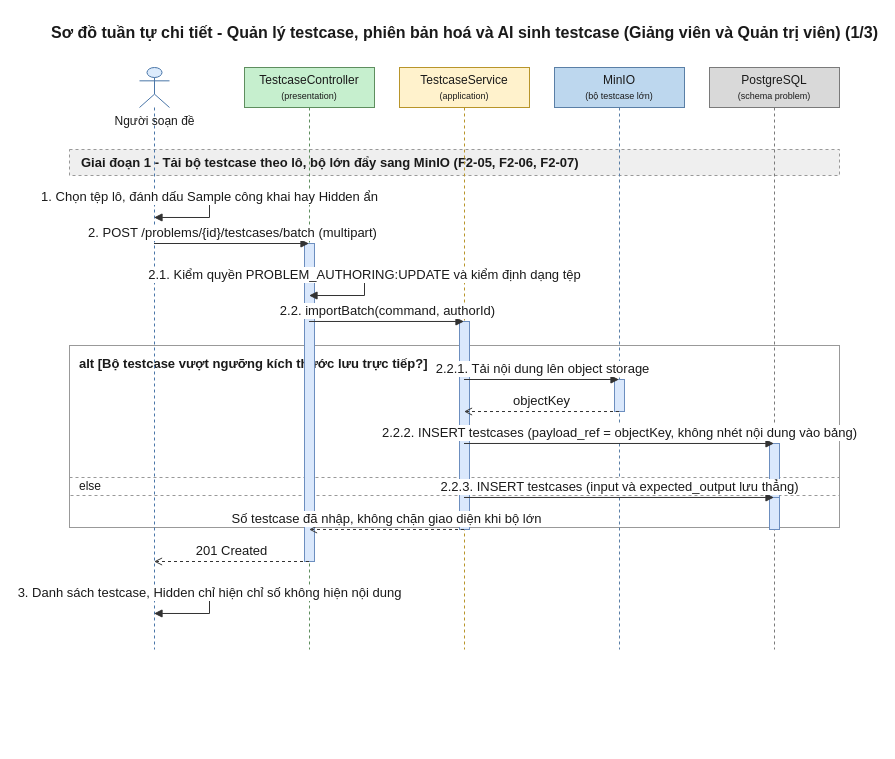
This is 08-diagram/sequence/shared/sequence_shared_quan_ly_testcase_p1.drawio from daiphu1801/PRJ_ALGOPREP, a draw.io file, before an edit. Source tidied: cells renumbered, new cells numbered last; positions are measured from the earlier drawing's top-left corner, leaving out a move shared by most shapes. Both pictures are drawn from the tidied source at 100%, with x=0, y=0 at pixel (69, 17).
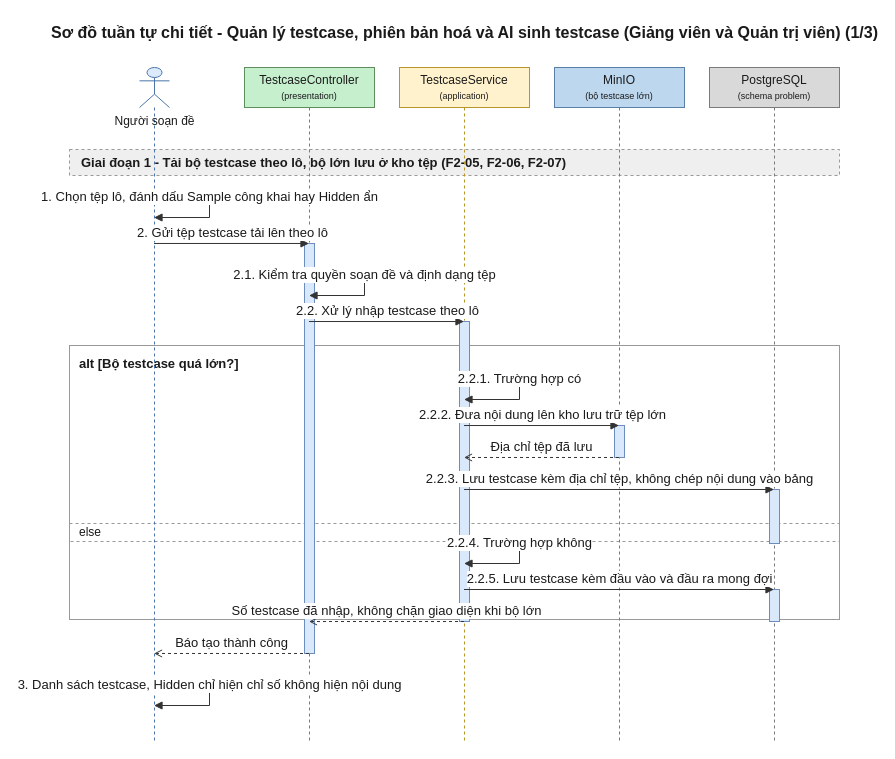
After the change.

Diff of the diagram source:
```diff
@@
-    <mxCell id="3" value="alt [Bộ testcase vượt ngưỡng kích thước lưu trực tiếp?]" style="algoprep=alt;rounded=0;whiteSpace=wrap;html=1;fillColor=none;strokeColor=#999999;verticalAlign=top;align=left;spacingLeft=8;spacingTop=4;fontColor=#1A1A1A;fontSize=13;fontStyle=1;dashed=0;" parent="1" vertex="1">
-      <mxGeometry y="328" width="770" height="182" as="geometry" />
+    <mxCell id="3" value="alt [Bộ testcase quá lớn?]" style="algoprep=alt;rounded=0;whiteSpace=wrap;html=1;fillColor=none;strokeColor=#999999;verticalAlign=top;align=left;spacingLeft=8;spacingTop=4;fontColor=#1A1A1A;fontSize=13;fontStyle=1;dashed=0;" parent="1" vertex="1">
+      <mxGeometry y="328" width="770" height="274" as="geometry" />
     </mxCell>
     <mxCell id="4" value="else" style="text;html=1;dashed=1;strokeColor=#999999;fillColor=none;align=left;verticalAlign=middle;spacingLeft=8;fontColor=#1A1A1A;fontSize=12;" parent="1" vertex="1">
-      <mxGeometry y="460" width="770" height="18" as="geometry" />
+      <mxGeometry y="506" width="770" height="18" as="geometry" />
     </mxCell>
-    <mxCell id="5" value="Giai đoạn 1 - Tải bộ testcase theo lô, bộ lớn đẩy sang MinIO (F2-05, F2-06, F2-07)" style="algoprep=phase;rounded=0;whiteSpace=wrap;html=1;fillColor=#EFEFEF;strokeColor=#999999;dashed=1;align=left;verticalAlign=middle;spacingLeft=10;fontColor=#1A1A1A;fontSize=13;fontStyle=1;" parent="1" vertex="1">
+    <mxCell id="5" value="Giai đoạn 1 - Tải bộ testcase theo lô, bộ lớn lưu ở kho tệp (F2-05, F2-06, F2-07)" style="algoprep=phase;rounded=0;whiteSpace=wrap;html=1;fillColor=#EFEFEF;strokeColor=#999999;dashed=1;align=left;verticalAlign=middle;spacingLeft=10;fontColor=#1A1A1A;fontSize=13;fontStyle=1;" parent="1" vertex="1">
       <mxGeometry y="132" width="770" height="26" as="geometry" />
     </mxCell>
     <mxCell id="6" value="Người soạn đề" style="shape=umlLifeline;participant=umlActor;perimeter=lifelinePerimeter;html=1;outlineConnect=0;size=40;verticalAlign=top;spacingTop=40;fillColor=#DCEBFC;strokeColor=#4A76A8;fontColor=#1A1A1A;" parent="1" vertex="1">
-      <mxGeometry x="70" y="50" width="30" height="582" as="geometry" />
+      <mxGeometry x="70" y="50" width="30" height="674" as="geometry" />
     </mxCell>
     <mxCell id="7" value="TestcaseController&lt;br&gt;&lt;font style=&quot;font-size:9px&quot;&gt;(presentation)&lt;/font&gt;" style="shape=umlLifeline;perimeter=lifelinePerimeter;whiteSpace=wrap;html=1;outlineConnect=0;size=40;fillColor=#C6EFCE;strokeColor=#5E8E5E;fontColor=#1A1A1A;" parent="1" vertex="1">
-      <mxGeometry x="175" y="50" width="130" height="582" as="geometry" />
+      <mxGeometry x="175" y="50" width="130" height="674" as="geometry" />
     </mxCell>
     <mxCell id="8" value="TestcaseService&lt;br&gt;&lt;font style=&quot;font-size:9px&quot;&gt;(application)&lt;/font&gt;" style="shape=umlLifeline;perimeter=lifelinePerimeter;whiteSpace=wrap;html=1;outlineConnect=0;size=40;fillColor=#FFF2CC;strokeColor=#B8952A;fontColor=#1A1A1A;" parent="1" vertex="1">
-      <mxGeometry x="330" y="50" width="130" height="582" as="geometry" />
+      <mxGeometry x="330" y="50" width="130" height="674" as="geometry" />
     </mxCell>
     <mxCell id="9" value="MinIO&lt;br&gt;&lt;font style=&quot;font-size:9px&quot;&gt;(bộ testcase lớn)&lt;/font&gt;" style="shape=umlLifeline;perimeter=lifelinePerimeter;whiteSpace=wrap;html=1;outlineConnect=0;size=40;fillColor=#BDD7EE;strokeColor=#5A7FA6;fontColor=#1A1A1A;" parent="1" vertex="1">
-      <mxGeometry x="485" y="50" width="130" height="582" as="geometry" />
+      <mxGeometry x="485" y="50" width="130" height="674" as="geometry" />
     </mxCell>
     <mxCell id="10" value="PostgreSQL&lt;br&gt;&lt;font style=&quot;font-size:9px&quot;&gt;(schema problem)&lt;/font&gt;" style="shape=umlLifeline;perimeter=lifelinePerimeter;whiteSpace=wrap;html=1;outlineConnect=0;size=40;fillColor=#D9D9D9;strokeColor=#7A7A7A;fontColor=#1A1A1A;" parent="1" vertex="1">
-      <mxGeometry x="640" y="50" width="130" height="582" as="geometry" />
+      <mxGeometry x="640" y="50" width="130" height="674" as="geometry" />
     </mxCell>
     <mxCell id="11" style="html=1;perimeter=orthogonalPerimeter;targetShapes=umlLifeline;fillColor=#DAE8FC;strokeColor=#6C8EBF;" parent="9" vertex="1">
-      <mxGeometry x="60" y="312" width="10" height="32" as="geometry" />
+      <mxGeometry x="60" y="358" width="10" height="32" as="geometry" />
     </mxCell>
     <mxCell id="12" style="html=1;perimeter=orthogonalPerimeter;targetShapes=umlLifeline;fillColor=#DAE8FC;strokeColor=#6C8EBF;" parent="10" vertex="1">
-      <mxGeometry x="60" y="376" width="10" height="54" as="geometry" />
+      <mxGeometry x="60" y="422" width="10" height="54" as="geometry" />
     </mxCell>
     <mxCell id="13" style="html=1;perimeter=orthogonalPerimeter;targetShapes=umlLifeline;fillColor=#DAE8FC;strokeColor=#6C8EBF;" parent="10" vertex="1">
-      <mxGeometry x="60" y="430" width="10" height="32" as="geometry" />
+      <mxGeometry x="60" y="522" width="10" height="32" as="geometry" />
     </mxCell>
     <mxCell id="14" style="html=1;perimeter=orthogonalPerimeter;targetShapes=umlLifeline;fillColor=#DAE8FC;strokeColor=#6C8EBF;" parent="8" vertex="1">
-      <mxGeometry x="60" y="254" width="10" height="208" as="geometry" />
+      <mxGeometry x="60" y="254" width="10" height="300" as="geometry" />
     </mxCell>
     <mxCell id="15" style="html=1;perimeter=orthogonalPerimeter;targetShapes=umlLifeline;fillColor=#DAE8FC;strokeColor=#6C8EBF;" parent="7" vertex="1">
-      <mxGeometry x="60" y="176" width="10" height="318" as="geometry" />
+      <mxGeometry x="60" y="176" width="10" height="410" as="geometry" />
     </mxCell>
-    <mxCell id="16" value="1. Chọn tệp lô, đánh dấu Sample công khai hay Hidden ẩn" style="edgeStyle=orthogonalEdgeStyle;rounded=0;html=1;endArrow=block;endFill=1;strokeColor=#333333;fontColor=#1A1A1A;fontSize=13;verticalAlign=bottom;exitX=0.5;exitY=0.2234;exitDx=0;exitDy=0;entryX=0.5;entryY=0.2577;entryDx=0;entryDy=0;" parent="1" edge="1" source="6" target="6">
+    <mxCell id="16" value="1. Chọn tệp lô, đánh dấu Sample công khai hay Hidden ẩn" style="edgeStyle=orthogonalEdgeStyle;rounded=0;html=1;endArrow=block;endFill=1;strokeColor=#333333;fontColor=#1A1A1A;fontSize=13;verticalAlign=bottom;exitX=0.5;exitY=0.1929;exitDx=0;exitDy=0;entryX=0.5;entryY=0.2226;entryDx=0;entryDy=0;" parent="1" edge="1" source="6" target="6">
       <mxGeometry relative="1" as="geometry">
         <Array as="points">
           <mxPoint x="140" y="180" />
           <mxPoint x="140" y="200" />
         </Array>
       </mxGeometry>
     </mxCell>
-    <mxCell id="17" value="2. POST /problems/{id}/testcases/batch (multipart)" style="edgeStyle=none;html=1;endArrow=block;endFill=1;strokeColor=#333333;fontColor=#1A1A1A;fontSize=13;verticalAlign=bottom;exitX=0.5;exitY=0.3024;exitDx=0;exitDy=0;entryX=0.5;entryY=0.3024;entryDx=0;entryDy=0;" parent="1" edge="1" source="6" target="7">
+    <mxCell id="17" value="2. Gửi tệp testcase tải lên theo lô" style="edgeStyle=none;html=1;endArrow=block;endFill=1;strokeColor=#333333;fontColor=#1A1A1A;fontSize=13;verticalAlign=bottom;exitX=0.5;exitY=0.2611;exitDx=0;exitDy=0;entryX=0.5;entryY=0.2611;entryDx=0;entryDy=0;" parent="1" edge="1" source="6" target="7">
       <mxGeometry relative="1" as="geometry" />
     </mxCell>
-    <mxCell id="18" value="2.1. Kiểm quyền PROBLEM_AUTHORING:UPDATE và kiểm định dạng tệp" style="edgeStyle=orthogonalEdgeStyle;rounded=0;html=1;endArrow=block;endFill=1;strokeColor=#333333;fontColor=#1A1A1A;fontSize=13;verticalAlign=bottom;exitX=0.5;exitY=0.3574;exitDx=0;exitDy=0;entryX=0.5;entryY=0.3918;entryDx=0;entryDy=0;" parent="1" edge="1" source="7" target="7">
+    <mxCell id="18" value="2.1. Kiểm tra quyền soạn đề và định dạng tệp" style="edgeStyle=orthogonalEdgeStyle;rounded=0;html=1;endArrow=block;endFill=1;strokeColor=#333333;fontColor=#1A1A1A;fontSize=13;verticalAlign=bottom;exitX=0.5;exitY=0.3086;exitDx=0;exitDy=0;entryX=0.5;entryY=0.3383;entryDx=0;entryDy=0;" parent="1" edge="1" source="7" target="7">
       <mxGeometry relative="1" as="geometry">
         <Array as="points">
           <mxPoint x="295" y="258" />
           <mxPoint x="295" y="278" />
         </Array>
       </mxGeometry>
     </mxCell>
-    <mxCell id="19" value="2.2. importBatch(command, authorId)" style="edgeStyle=none;html=1;endArrow=block;endFill=1;strokeColor=#333333;fontColor=#1A1A1A;fontSize=13;verticalAlign=bottom;exitX=0.5;exitY=0.4364;exitDx=0;exitDy=0;entryX=0.5;entryY=0.4364;entryDx=0;entryDy=0;" parent="1" edge="1" source="7" target="8">
+    <mxCell id="19" value="2.2. Xử lý nhập testcase theo lô" style="edgeStyle=none;html=1;endArrow=block;endFill=1;strokeColor=#333333;fontColor=#1A1A1A;fontSize=13;verticalAlign=bottom;exitX=0.5;exitY=0.3769;exitDx=0;exitDy=0;entryX=0.5;entryY=0.3769;entryDx=0;entryDy=0;" parent="1" edge="1" source="7" target="8">
       <mxGeometry relative="1" as="geometry" />
     </mxCell>
-    <mxCell id="20" value="2.2.1. Tải nội dung lên object storage" style="edgeStyle=none;html=1;endArrow=block;endFill=1;strokeColor=#333333;fontColor=#1A1A1A;fontSize=13;verticalAlign=bottom;exitX=0.5;exitY=0.5361;exitDx=0;exitDy=0;entryX=0.5;entryY=0.5361;entryDx=0;entryDy=0;" parent="1" edge="1" source="8" target="9">
-      <mxGeometry relative="1" as="geometry" />
+    <mxCell id="20" value="2.2.1. Trường hợp có" style="edgeStyle=orthogonalEdgeStyle;rounded=0;html=1;endArrow=block;endFill=1;strokeColor=#333333;fontColor=#1A1A1A;fontSize=13;verticalAlign=bottom;exitX=0.5;exitY=0.4629;exitDx=0;exitDy=0;entryX=0.5;entryY=0.4926;entryDx=0;entryDy=0;" parent="1" edge="1" source="8" target="8">
+      <mxGeometry relative="1" as="geometry">
+        <Array as="points">
+          <mxPoint x="450" y="362" />
+          <mxPoint x="450" y="382" />
+        </Array>
+      </mxGeometry>
     </mxCell>
-    <mxCell id="21" value="objectKey" style="edgeStyle=none;html=1;endArrow=open;endFill=0;dashed=1;strokeColor=#333333;fontColor=#1A1A1A;fontSize=13;verticalAlign=bottom;exitX=0.5;exitY=0.5911;exitDx=0;exitDy=0;entryX=0.5;entryY=0.5911;entryDx=0;entryDy=0;" parent="1" edge="1" source="9" target="8">
+    <mxCell id="21" value="2.2.2. Đưa nội dung lên kho lưu trữ tệp lớn" style="edgeStyle=none;html=1;endArrow=block;endFill=1;strokeColor=#333333;fontColor=#1A1A1A;fontSize=13;verticalAlign=bottom;exitX=0.5;exitY=0.5312;exitDx=0;exitDy=0;entryX=0.5;entryY=0.5312;entryDx=0;entryDy=0;" parent="1" edge="1" source="8" target="9">
       <mxGeometry relative="1" as="geometry" />
     </mxCell>
-    <mxCell id="22" value="2.2.2. INSERT testcases (payload_ref = objectKey, không nhét nội dung vào bảng)" style="edgeStyle=none;html=1;endArrow=block;endFill=1;strokeColor=#333333;fontColor=#1A1A1A;fontSize=13;verticalAlign=bottom;exitX=0.5;exitY=0.6460;exitDx=0;exitDy=0;entryX=0.5;entryY=0.6460;entryDx=0;entryDy=0;" parent="1" edge="1" source="8" target="10">
+    <mxCell id="22" value="Địa chỉ tệp đã lưu" style="edgeStyle=none;html=1;endArrow=open;endFill=0;dashed=1;strokeColor=#333333;fontColor=#1A1A1A;fontSize=13;verticalAlign=bottom;exitX=0.5;exitY=0.5786;exitDx=0;exitDy=0;entryX=0.5;entryY=0.5786;entryDx=0;entryDy=0;" parent="1" edge="1" source="9" target="8">
       <mxGeometry relative="1" as="geometry" />
     </mxCell>
-    <mxCell id="23" value="2.2.3. INSERT testcases (input và expected_output lưu thẳng)" style="edgeStyle=none;html=1;endArrow=block;endFill=1;strokeColor=#333333;fontColor=#1A1A1A;fontSize=13;verticalAlign=bottom;exitX=0.5;exitY=0.7388;exitDx=0;exitDy=0;entryX=0.5;entryY=0.7388;entryDx=0;entryDy=0;" parent="1" edge="1" source="8" target="10">
+    <mxCell id="23" value="2.2.3. Lưu testcase kèm địa chỉ tệp, không chép nội dung vào bảng" style="edgeStyle=none;html=1;endArrow=block;endFill=1;strokeColor=#333333;fontColor=#1A1A1A;fontSize=13;verticalAlign=bottom;exitX=0.5;exitY=0.6261;exitDx=0;exitDy=0;entryX=0.5;entryY=0.6261;entryDx=0;entryDy=0;" parent="1" edge="1" source="8" target="10">
       <mxGeometry relative="1" as="geometry" />
     </mxCell>
-    <mxCell id="24" value="Số testcase đã nhập, không chặn giao diện khi bộ lớn" style="edgeStyle=none;html=1;endArrow=open;endFill=0;dashed=1;strokeColor=#333333;fontColor=#1A1A1A;fontSize=13;verticalAlign=bottom;exitX=0.5;exitY=0.7938;exitDx=0;exitDy=0;entryX=0.5;entryY=0.7938;entryDx=0;entryDy=0;" parent="1" edge="1" source="8" target="7">
-      <mxGeometry relative="1" as="geometry" />
+    <mxCell id="24" value="2.2.4. Trường hợp không" style="edgeStyle=orthogonalEdgeStyle;rounded=0;html=1;endArrow=block;endFill=1;strokeColor=#333333;fontColor=#1A1A1A;fontSize=13;verticalAlign=bottom;exitX=0.5;exitY=0.7062;exitDx=0;exitDy=0;entryX=0.5;entryY=0.7359;entryDx=0;entryDy=0;" parent="1" edge="1" source="8" target="8">
+      <mxGeometry relative="1" as="geometry">
+        <Array as="points">
+          <mxPoint x="450" y="526" />
+          <mxPoint x="450" y="546" />
+        </Array>
+      </mxGeometry>
     </mxCell>
-    <mxCell id="25" value="201 Created" style="edgeStyle=none;html=1;endArrow=open;endFill=0;dashed=1;strokeColor=#333333;fontColor=#1A1A1A;fontSize=13;verticalAlign=bottom;exitX=0.5;exitY=0.8488;exitDx=0;exitDy=0;entryX=0.5;entryY=0.8488;entryDx=0;entryDy=0;" parent="1" edge="1" source="7" target="6">
+    <mxCell id="25" value="2.2.5. Lưu testcase kèm đầu vào và đầu ra mong đợi" style="edgeStyle=none;html=1;endArrow=block;endFill=1;strokeColor=#333333;fontColor=#1A1A1A;fontSize=13;verticalAlign=bottom;exitX=0.5;exitY=0.7745;exitDx=0;exitDy=0;entryX=0.5;entryY=0.7745;entryDx=0;entryDy=0;" parent="1" edge="1" source="8" target="10">
       <mxGeometry relative="1" as="geometry" />
     </mxCell>
-    <mxCell id="26" value="3. Danh sách testcase, Hidden chỉ hiện chỉ số không hiện nội dung" style="edgeStyle=orthogonalEdgeStyle;rounded=0;html=1;endArrow=block;endFill=1;strokeColor=#333333;fontColor=#1A1A1A;fontSize=13;verticalAlign=bottom;exitX=0.5;exitY=0.9038;exitDx=0;exitDy=0;entryX=0.5;entryY=0.9381;entryDx=0;entryDy=0;" parent="1" edge="1" source="6" target="6">
-      <mxGeometry relative="1" as="geometry">
-        <Array as="points">
-          <mxPoint x="140" y="576" />
-          <mxPoint x="140" y="596" />
-        </Array>
-      </mxGeometry>
+    <mxCell id="26" value="Số testcase đã nhập, không chặn giao diện khi bộ lớn" style="edgeStyle=none;html=1;endArrow=open;endFill=0;dashed=1;strokeColor=#333333;fontColor=#1A1A1A;fontSize=13;verticalAlign=bottom;exitX=0.5;exitY=0.8220;exitDx=0;exitDy=0;entryX=0.5;entryY=0.8220;entryDx=0;entryDy=0;" parent="1" edge="1" source="8" target="7">
+      <mxGeometry relative="1" as="geometry" />
     </mxCell>
+    <mxCell id="27" value="Báo tạo thành công" style="edgeStyle=none;html=1;endArrow=open;endFill=0;dashed=1;strokeColor=#333333;fontColor=#1A1A1A;fontSize=13;verticalAlign=bottom;exitX=0.5;exitY=0.8694;exitDx=0;exitDy=0;entryX=0.5;entryY=0.8694;entryDx=0;entryDy=0;" parent="1" edge="1" source="7" target="6">
+      <mxGeometry relative="1" as="geometry" />
+    </mxCell>
+    <mxCell id="28" value="3. Danh sách testcase, Hidden chỉ hiện chỉ số không hiện nội dung" style="edgeStyle=orthogonalEdgeStyle;rounded=0;html=1;endArrow=block;endFill=1;strokeColor=#333333;fontColor=#1A1A1A;fontSize=13;verticalAlign=bottom;exitX=0.5;exitY=0.9169;exitDx=0;exitDy=0;entryX=0.5;entryY=0.9466;entryDx=0;entryDy=0;" parent="1" edge="1" source="6" target="6">
+      <mxGeometry relative="1" as="geometry">
+        <Array as="points">
+          <mxPoint x="140" y="668" />
+          <mxPoint x="140" y="688" />
+        </Array>
+      </mxGeometry>
+    </mxCell>
```
